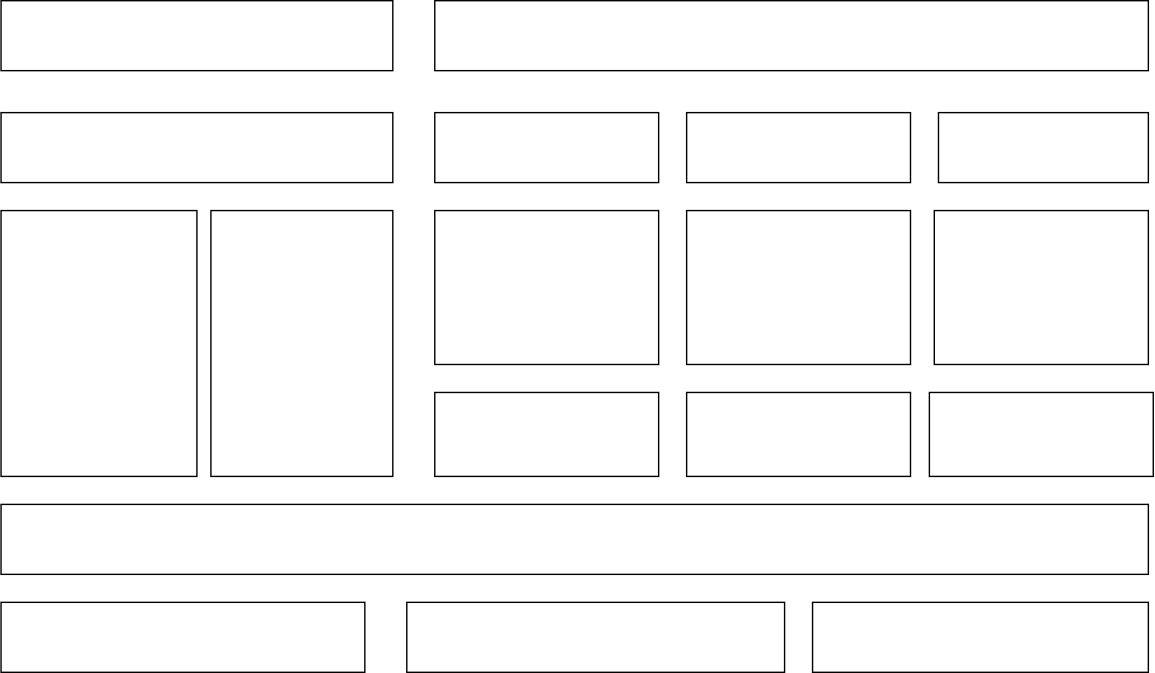
This is 流程1.svg from RyunMi/Math-model-code, a draw.io export, as it was before one commit. Source tidied: cells renumbered, new cells last; positions are measured from the earlier drawing's top-left corner, leaving out a move shared by most shapes. Source of this version:
```xml
<mxGraphModel>
  <root>
    <mxCell id="0" />
    <mxCell id="1" parent="0" />
    <mxCell id="2" style="rounded=0;whiteSpace=wrap;html=1;" parent="1" vertex="1">
      <mxGeometry width="280" height="50" as="geometry" />
    </mxCell>
    <mxCell id="3" style="rounded=0;whiteSpace=wrap;html=1;" parent="1" vertex="1">
      <mxGeometry y="80" width="280" height="50" as="geometry" />
    </mxCell>
    <mxCell id="4" style="rounded=0;whiteSpace=wrap;html=1;" parent="1" vertex="1">
      <mxGeometry x="310" width="510" height="50" as="geometry" />
    </mxCell>
    <mxCell id="5" style="rounded=0;whiteSpace=wrap;html=1;" parent="1" vertex="1">
      <mxGeometry y="150" width="140" height="190" as="geometry" />
    </mxCell>
    <mxCell id="6" style="rounded=0;whiteSpace=wrap;html=1;" parent="1" vertex="1">
      <mxGeometry x="150" y="150" width="130" height="190" as="geometry" />
    </mxCell>
    <mxCell id="7" style="rounded=0;whiteSpace=wrap;html=1;" parent="1" vertex="1">
      <mxGeometry x="310" y="80" width="160" height="50" as="geometry" />
    </mxCell>
    <mxCell id="8" style="rounded=0;whiteSpace=wrap;html=1;" parent="1" vertex="1">
      <mxGeometry x="490" y="80" width="160" height="50" as="geometry" />
    </mxCell>
    <mxCell id="9" style="rounded=0;whiteSpace=wrap;html=1;" parent="1" vertex="1">
      <mxGeometry x="670" y="80" width="150" height="50" as="geometry" />
    </mxCell>
    <mxCell id="10" style="rounded=0;whiteSpace=wrap;html=1;" parent="1" vertex="1">
      <mxGeometry y="360" width="820" height="50" as="geometry" />
    </mxCell>
    <mxCell id="11" style="rounded=0;whiteSpace=wrap;html=1;" parent="1" vertex="1">
      <mxGeometry x="310" y="150" width="160" height="110" as="geometry" />
    </mxCell>
    <mxCell id="12" style="rounded=0;whiteSpace=wrap;html=1;" parent="1" vertex="1">
      <mxGeometry x="310" y="280" width="160" height="60" as="geometry" />
    </mxCell>
    <mxCell id="13" style="rounded=0;whiteSpace=wrap;html=1;" parent="1" vertex="1">
      <mxGeometry x="490" y="150" width="160" height="110" as="geometry" />
    </mxCell>
    <mxCell id="14" style="rounded=0;whiteSpace=wrap;html=1;" parent="1" vertex="1">
      <mxGeometry x="490" y="280" width="160" height="60" as="geometry" />
    </mxCell>
    <mxCell id="15" style="rounded=0;whiteSpace=wrap;html=1;" parent="1" vertex="1">
      <mxGeometry x="667" y="150" width="153" height="110" as="geometry" />
    </mxCell>
    <mxCell id="16" style="rounded=0;whiteSpace=wrap;html=1;" parent="1" vertex="1">
      <mxGeometry x="663.5" y="280" width="160" height="60" as="geometry" />
    </mxCell>
    <mxCell id="17" style="rounded=0;whiteSpace=wrap;html=1;" parent="1" vertex="1">
      <mxGeometry y="430" width="260" height="50" as="geometry" />
    </mxCell>
    <mxCell id="18" style="rounded=0;whiteSpace=wrap;html=1;" parent="1" vertex="1">
      <mxGeometry x="290" y="430" width="270" height="50" as="geometry" />
    </mxCell>
    <mxCell id="19" style="rounded=0;whiteSpace=wrap;html=1;" parent="1" vertex="1">
      <mxGeometry x="580" y="430" width="240" height="50" as="geometry" />
    </mxCell>
  </root>
</mxGraphModel>
```
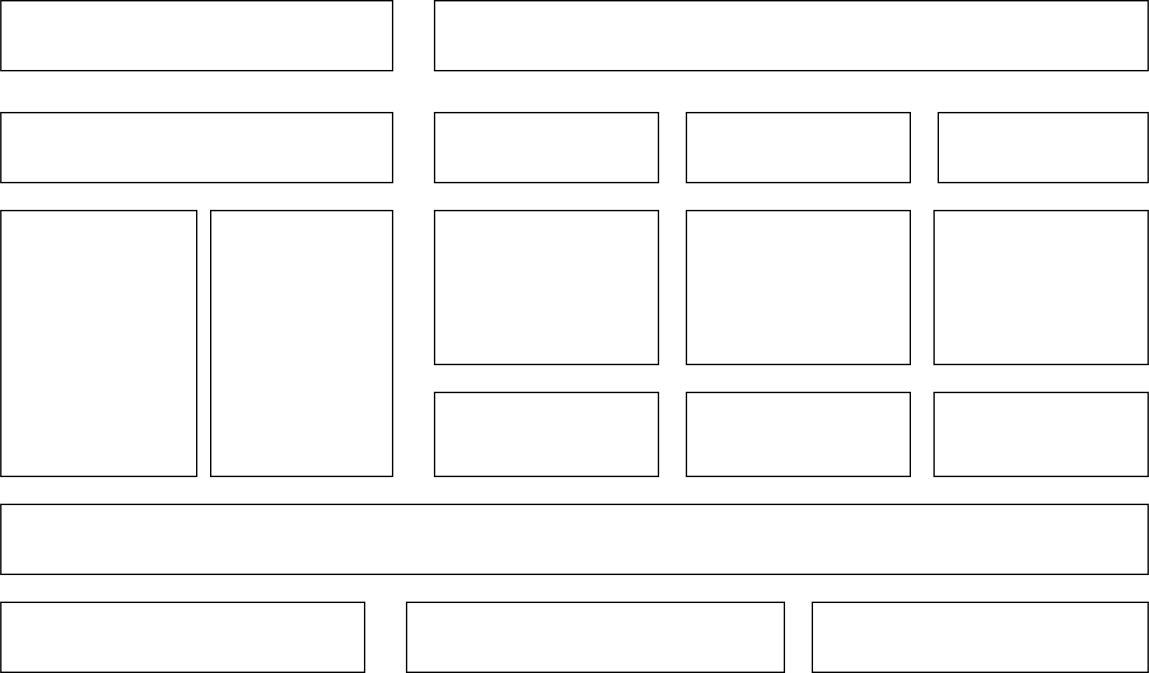
The same file after the commit.

Change to the diagram source:
```diff
@@ -44,9 +44,6 @@
     <mxCell id="15" style="rounded=0;whiteSpace=wrap;html=1;" parent="1" vertex="1">
       <mxGeometry x="667" y="150" width="153" height="110" as="geometry" />
     </mxCell>
-    <mxCell id="16" style="rounded=0;whiteSpace=wrap;html=1;" parent="1" vertex="1">
-      <mxGeometry x="663.5" y="280" width="160" height="60" as="geometry" />
-    </mxCell>
     <mxCell id="17" style="rounded=0;whiteSpace=wrap;html=1;" parent="1" vertex="1">
       <mxGeometry y="430" width="260" height="50" as="geometry" />
     </mxCell>
@@ -56,5 +53,8 @@
     <mxCell id="19" style="rounded=0;whiteSpace=wrap;html=1;" parent="1" vertex="1">
       <mxGeometry x="580" y="430" width="240" height="50" as="geometry" />
     </mxCell>
+    <mxCell id="20" style="rounded=0;whiteSpace=wrap;html=1;" parent="1" vertex="1">
+      <mxGeometry x="667" y="280" width="153" height="60" as="geometry" />
+    </mxCell>
   </root>
 </mxGraphModel>
```
